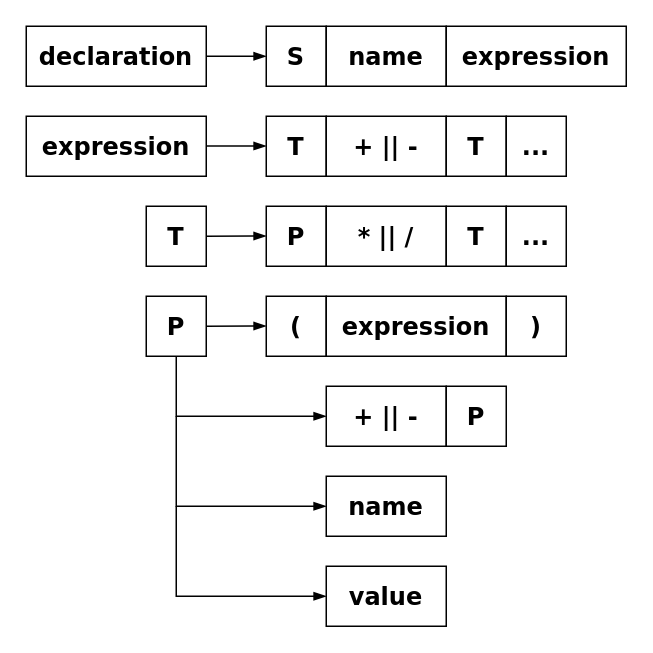
Earlier version of the draw.io diagram projects/examples/source/12.09.parser.grammar.arithmetic.drawio (i-s-m-mipt/Education). Source tidied: cells renumbered, new cells numbered last; positions are measured from the earlier drawing's top-left corner, leaving out a move shared by most shapes. Both pictures are drawn from the tidied source at 150%, with x=0, y=0 at pixel (26, 26).
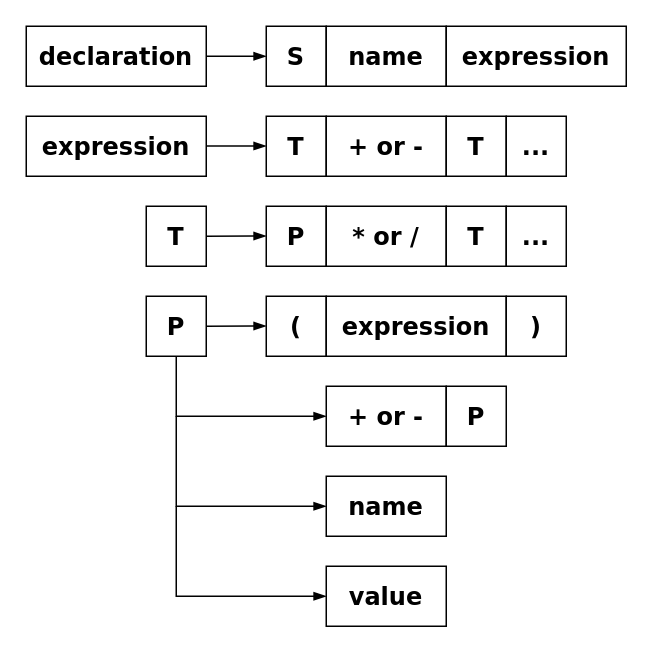
Above is the later version.

Diff of the diagram source:
```diff
@@
-    <mxCell id="9" value="&lt;font face=&quot;Verdana&quot;&gt;&lt;span style=&quot;font-size: 16px;&quot;&gt;&lt;b&gt;+ || -&lt;/b&gt;&lt;/span&gt;&lt;/font&gt;" style="text;html=1;align=center;verticalAlign=middle;whiteSpace=wrap;rounded=0;strokeColor=default;" parent="1" vertex="1">
+    <mxCell id="9" value="&lt;font face=&quot;Verdana&quot;&gt;&lt;span style=&quot;font-size: 16px;&quot;&gt;&lt;b&gt;+ or -&lt;/b&gt;&lt;/span&gt;&lt;/font&gt;" style="text;html=1;align=center;verticalAlign=middle;whiteSpace=wrap;rounded=0;strokeColor=default;" parent="1" vertex="1">
       <mxGeometry x="200" y="60" width="80" height="40" as="geometry" />
     </mxCell>
@@
-    <mxCell id="13" value="&lt;font face=&quot;Verdana&quot;&gt;&lt;span style=&quot;font-size: 16px;&quot;&gt;&lt;b&gt;* || /&lt;/b&gt;&lt;/span&gt;&lt;/font&gt;" style="text;html=1;align=center;verticalAlign=middle;whiteSpace=wrap;rounded=0;strokeColor=default;" parent="1" vertex="1">
+    <mxCell id="13" value="&lt;font face=&quot;Verdana&quot;&gt;&lt;span style=&quot;font-size: 16px;&quot;&gt;&lt;b&gt;* or /&lt;/b&gt;&lt;/span&gt;&lt;/font&gt;" style="text;html=1;align=center;verticalAlign=middle;whiteSpace=wrap;rounded=0;strokeColor=default;" parent="1" vertex="1">
       <mxGeometry x="200" y="120" width="80" height="40" as="geometry" />
     </mxCell>
@@
-    <mxCell id="20" value="&lt;font face=&quot;Verdana&quot;&gt;&lt;span style=&quot;font-size: 16px;&quot;&gt;&lt;b&gt;+ || -&lt;/b&gt;&lt;/span&gt;&lt;/font&gt;" style="text;html=1;align=center;verticalAlign=middle;whiteSpace=wrap;rounded=0;strokeColor=default;" parent="1" vertex="1">
+    <mxCell id="20" value="&lt;font face=&quot;Verdana&quot;&gt;&lt;span style=&quot;font-size: 16px;&quot;&gt;&lt;b&gt;+ or -&lt;/b&gt;&lt;/span&gt;&lt;/font&gt;" style="text;html=1;align=center;verticalAlign=middle;whiteSpace=wrap;rounded=0;strokeColor=default;" parent="1" vertex="1">
       <mxGeometry x="200" y="240" width="80" height="40" as="geometry" />
     </mxCell>
```
